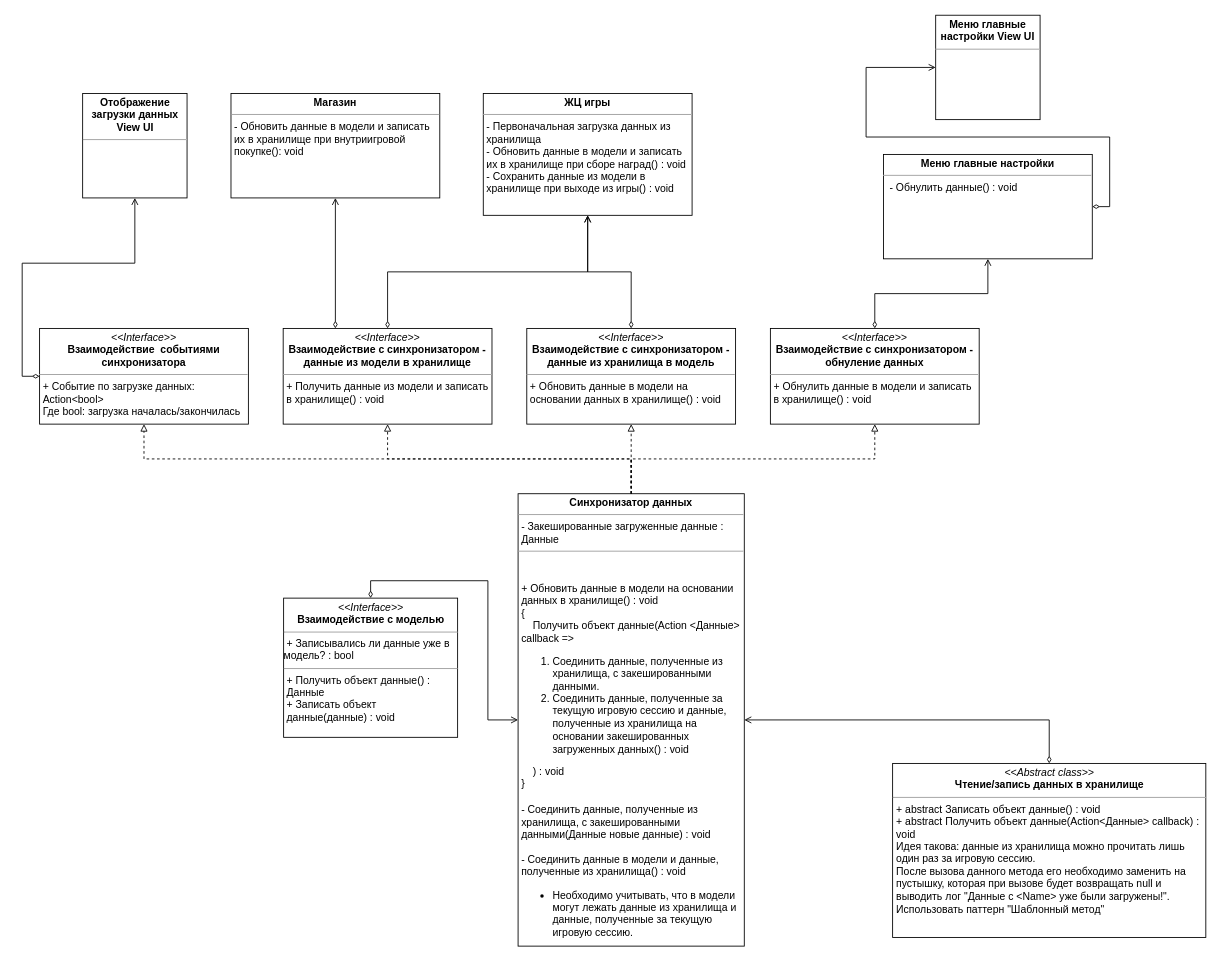
PurposeTo/JumpingDreamer keeps this draw.io diagram as Документация/Проектирование кода/Работа с данными/Синхронизатор данных UML.drawio. Above is the earlier version. Source tidied: cells renumbered, new cells numbered last; positions are measured from the earlier drawing's top-left corner, leaving out a move shared by most shapes. Both pictures are drawn from the tidied source at 87%, with x=0, y=0 at pixel (39, 15).
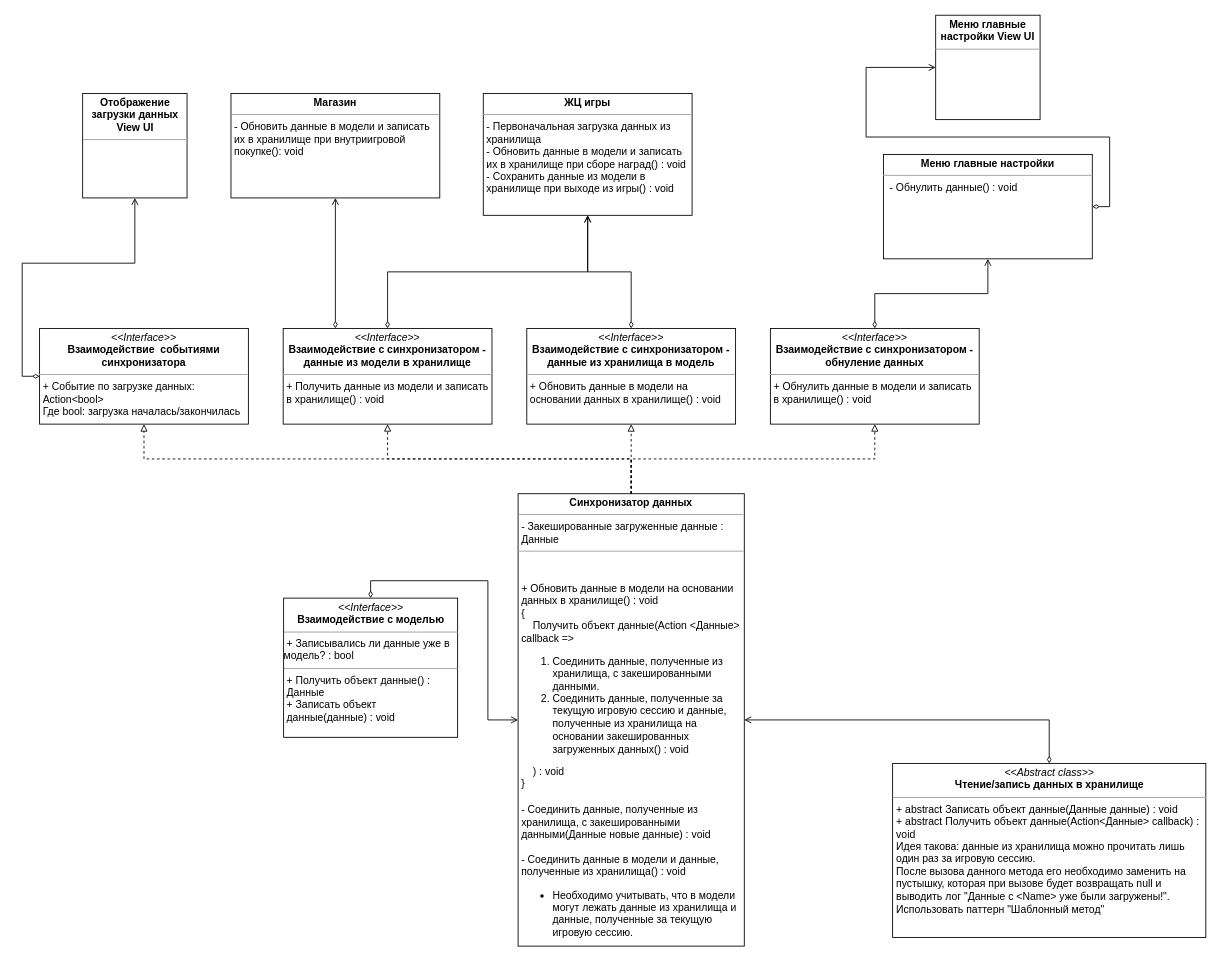
The same diagram, later.

Change to the diagram source:
```diff
@@
-    <mxCell id="27" value="&lt;p style=&quot;margin: 0px ; margin-top: 4px ; text-align: center&quot;&gt;&lt;i&gt;&amp;lt;&amp;lt;&lt;/i&gt;&lt;i&gt;Abstract class&lt;/i&gt;&lt;i&gt;&amp;gt;&amp;gt;&lt;/i&gt;&lt;br&gt;&lt;b&gt;Чтение/запись данных в хранилище&lt;/b&gt;&lt;/p&gt;&lt;hr size=&quot;1&quot;&gt;&lt;p style=&quot;margin: 0px ; margin-left: 4px&quot;&gt;+ abstract&amp;nbsp;&lt;span&gt;Записать объект данные() : void&lt;/span&gt;&lt;br&gt;+ abstract Получить объект данные(Action&amp;lt;Данные&amp;gt; callback) : void&lt;/p&gt;&lt;p style=&quot;margin: 0px ; margin-left: 4px&quot;&gt;Идея такова: данные из хранилища можно прочитать лишь один раз за игровую сессию.&lt;/p&gt;&lt;p style=&quot;margin: 0px ; margin-left: 4px&quot;&gt;После вызова данного метода его необходимо заменить на пустышку, которая при вызове будет возвращать null и выводить лог &quot;Данные с &amp;lt;Name&amp;gt; уже были загружены!&quot;. Использовать паттерн &quot;Шаблонный метод&quot;&lt;/p&gt;" style="verticalAlign=top;align=left;overflow=fill;fontSize=12;fontFamily=Helvetica;html=1;whiteSpace=wrap;" parent="1" vertex="1">
+    <mxCell id="27" value="&lt;p style=&quot;margin: 0px ; margin-top: 4px ; text-align: center&quot;&gt;&lt;i&gt;&amp;lt;&amp;lt;&lt;/i&gt;&lt;i&gt;Abstract class&lt;/i&gt;&lt;i&gt;&amp;gt;&amp;gt;&lt;/i&gt;&lt;br&gt;&lt;b&gt;Чтение/запись данных в хранилище&lt;/b&gt;&lt;/p&gt;&lt;hr size=&quot;1&quot;&gt;&lt;p style=&quot;margin: 0px ; margin-left: 4px&quot;&gt;+ abstract&amp;nbsp;&lt;span&gt;Записать объект данные(Данные данные) : void&lt;/span&gt;&lt;br&gt;+ abstract Получить объект данные(Action&amp;lt;Данные&amp;gt; callback) : void&lt;/p&gt;&lt;p style=&quot;margin: 0px ; margin-left: 4px&quot;&gt;Идея такова: данные из хранилища можно прочитать лишь один раз за игровую сессию.&lt;/p&gt;&lt;p style=&quot;margin: 0px ; margin-left: 4px&quot;&gt;После вызова данного метода его необходимо заменить на пустышку, которая при вызове будет возвращать null и выводить лог &quot;Данные с &amp;lt;Name&amp;gt; уже были загружены!&quot;. Использовать паттерн &quot;Шаблонный метод&quot;&lt;/p&gt;" style="verticalAlign=top;align=left;overflow=fill;fontSize=12;fontFamily=Helvetica;html=1;whiteSpace=wrap;" parent="1" vertex="1">
       <mxGeometry x="980.5" y="860" width="360" height="200" as="geometry" />
     </mxCell>
```
